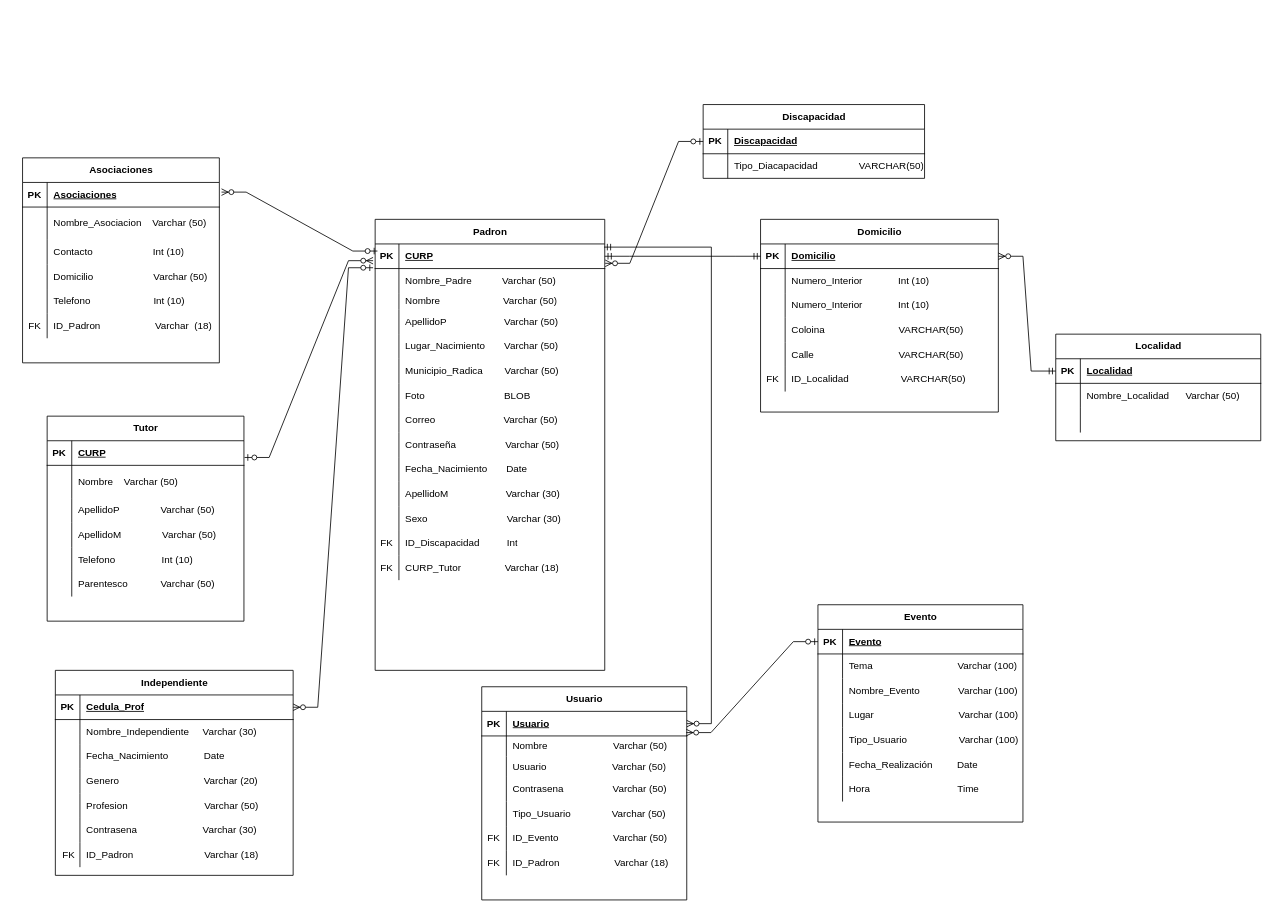
The draw.io diagram diccionario_de_datos.drawio in OSCARCH2002/diagramas, before the edit. Source tidied: cells renumbered, new cells numbered last; positions are measured from the earlier drawing's top-left corner, leaving out a move shared by most shapes. Both pictures are drawn from the tidied source at 82%, with x=0, y=0 at pixel (22, 104).
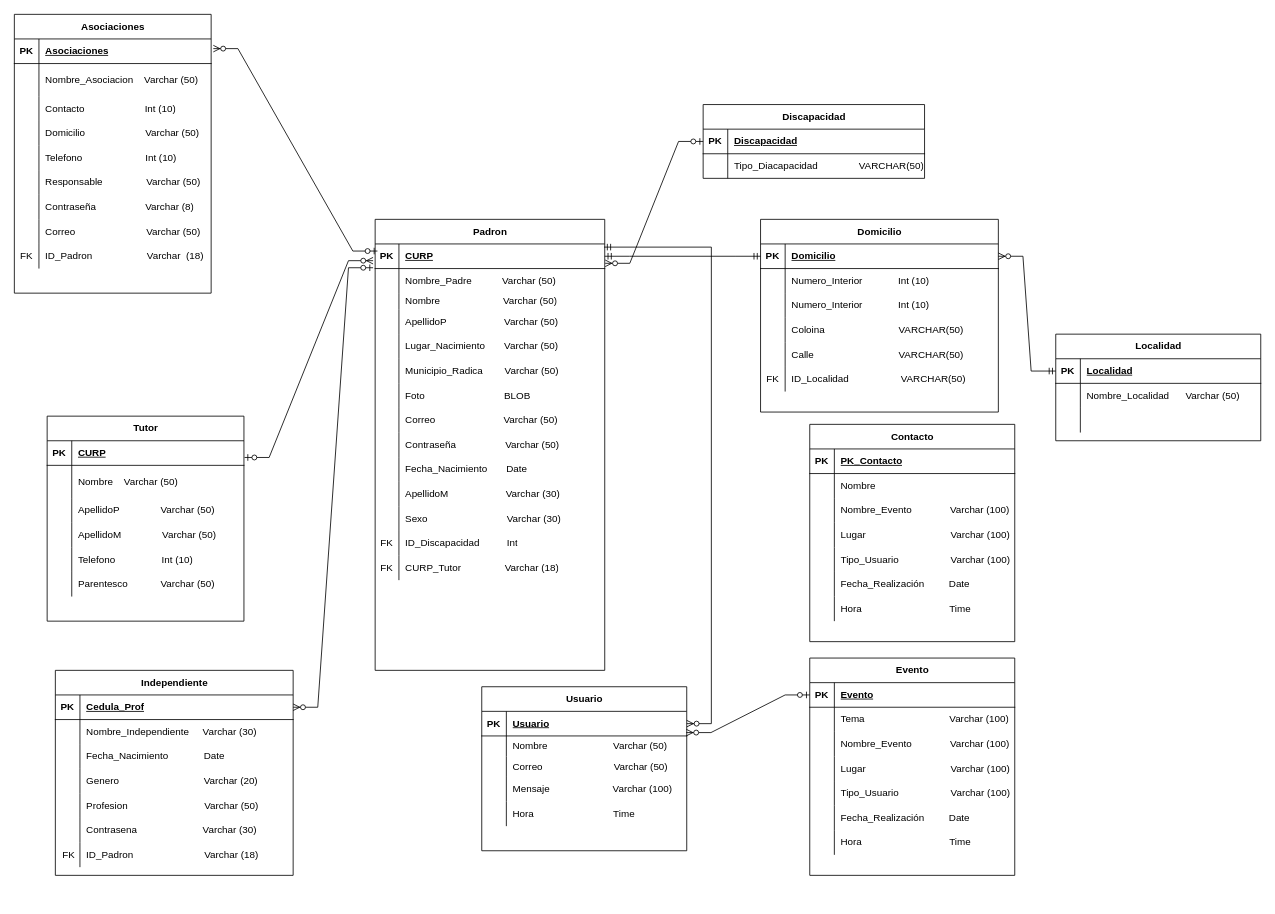
After the change.

The change refers to these unchanged cells:
```xml
<mxCell id="109" style="shape=tableRow;horizontal=0;startSize=0;swimlaneHead=0;swimlaneBody=0;fillColor=none;top=0;left=0;right=0;bottom=0;" parent="102" vertex="1">
  <mxGeometry y="85" width="250" height="25" as="geometry" />
</mxCell>
<mxCell id="112" style="shape=tableRow;horizontal=0;startSize=0;swimlaneHead=0;swimlaneBody=0;fillColor=none;top=0;left=0;right=0;bottom=0;" parent="102" vertex="1">
  <mxGeometry y="110" width="250" height="30" as="geometry" />
</mxCell>
<mxCell id="115" style="shape=tableRow;horizontal=0;startSize=0;swimlaneHead=0;swimlaneBody=0;fillColor=none;top=0;left=0;right=0;bottom=0;" parent="102" vertex="1">
  <mxGeometry y="140" width="250" height="30" as="geometry" />
</mxCell>
```

Diff of the diagram source:
```diff
@@
     <mxCell id="2" value="Asociaciones" style="shape=table;startSize=30;childLayout=tableLayout;rowLines=0;fontStyle=1;align=center;html=1;" parent="1" vertex="1">
-      <mxGeometry y="65" width="240" height="250" as="geometry" />
+      <mxGeometry x="-10" y="-110" width="240" height="340" as="geometry" />
     </mxCell>
@@
+    <mxCell id="201" style="shape=tableRow;horizontal=0;startSize=0;swimlaneHead=0;swimlaneBody=0;fillColor=none;top=0;left=0;right=0;bottom=0;" parent="2" vertex="1">
+      <mxGeometry y="190" width="240" height="30" as="geometry" />
+    </mxCell>
+    <mxCell id="202" style="shape=partialRectangle;fillColor=none;top=0;left=0;bottom=0;right=0;overflow=hidden;whiteSpace=wrap;html=1;" parent="201" vertex="1">
+      <mxGeometry width="30" height="30" as="geometry" />
+    </mxCell>
+    <mxCell id="203" value="Responsable&amp;nbsp; &amp;nbsp; &amp;nbsp; &amp;nbsp; &amp;nbsp; &amp;nbsp; &amp;nbsp; &amp;nbsp; Varchar (50)" style="shape=partialRectangle;fillColor=none;top=0;left=0;bottom=0;right=0;align=left;spacingLeft=6;overflow=hidden;whiteSpace=wrap;html=1;" parent="201" vertex="1">
+      <mxGeometry x="30" width="210" height="30" as="geometry" />
+    </mxCell>
+    <mxCell id="204" style="shape=tableRow;horizontal=0;startSize=0;swimlaneHead=0;swimlaneBody=0;fillColor=none;top=0;left=0;right=0;bottom=0;" parent="2" vertex="1">
+      <mxGeometry y="220" width="240" height="30" as="geometry" />
+    </mxCell>
+    <mxCell id="205" style="shape=partialRectangle;fillColor=none;top=0;left=0;bottom=0;right=0;overflow=hidden;whiteSpace=wrap;html=1;" parent="204" vertex="1">
+      <mxGeometry width="30" height="30" as="geometry" />
+    </mxCell>
+    <mxCell id="206" value="Contraseña&amp;nbsp; &amp;nbsp; &amp;nbsp; &amp;nbsp; &amp;nbsp; &amp;nbsp; &amp;nbsp; &amp;nbsp; &amp;nbsp; Varchar (8)" style="shape=partialRectangle;fillColor=none;top=0;left=0;bottom=0;right=0;align=left;spacingLeft=6;overflow=hidden;whiteSpace=wrap;html=1;" parent="204" vertex="1">
+      <mxGeometry x="30" width="210" height="30" as="geometry" />
+    </mxCell>
+    <mxCell id="207" style="shape=tableRow;horizontal=0;startSize=0;swimlaneHead=0;swimlaneBody=0;fillColor=none;top=0;left=0;right=0;bottom=0;" parent="2" vertex="1">
+      <mxGeometry y="250" width="240" height="30" as="geometry" />
+    </mxCell>
+    <mxCell id="208" style="shape=partialRectangle;fillColor=none;top=0;left=0;bottom=0;right=0;overflow=hidden;whiteSpace=wrap;html=1;" parent="207" vertex="1">
+      <mxGeometry width="30" height="30" as="geometry" />
+    </mxCell>
+    <mxCell id="209" value="Correo&amp;nbsp; &amp;nbsp; &amp;nbsp; &amp;nbsp; &amp;nbsp; &amp;nbsp; &amp;nbsp; &amp;nbsp; &amp;nbsp; &amp;nbsp; &amp;nbsp; &amp;nbsp; &amp;nbsp; Varchar (50)" style="shape=partialRectangle;fillColor=none;top=0;left=0;bottom=0;right=0;align=left;spacingLeft=6;overflow=hidden;whiteSpace=wrap;html=1;" parent="207" vertex="1">
+      <mxGeometry x="30" width="210" height="30" as="geometry" />
+    </mxCell>
     <mxCell id="18" style="shape=tableRow;horizontal=0;startSize=0;swimlaneHead=0;swimlaneBody=0;fillColor=none;top=0;left=0;right=0;bottom=0;" parent="2" vertex="1">
-      <mxGeometry y="190" width="240" height="30" as="geometry" />
+      <mxGeometry y="280" width="240" height="30" as="geometry" />
     </mxCell>
@@
     <mxCell id="102" value="Usuario" style="shape=table;startSize=30;childLayout=tableLayout;rowLines=0;fontStyle=1;align=center;html=1;" parent="1" vertex="1">
-      <mxGeometry x="560" y="710" width="250" height="260" as="geometry" />
+      <mxGeometry x="560" y="710" width="250" height="200" as="geometry" />
     </mxCell>
@@
-    <mxCell id="111" value="Usuario&amp;nbsp; &amp;nbsp; &amp;nbsp; &amp;nbsp; &amp;nbsp; &amp;nbsp; &amp;nbsp; &amp;nbsp; &amp;nbsp; &amp;nbsp; &amp;nbsp; &amp;nbsp; Varchar (50)" style="shape=partialRectangle;fillColor=none;top=0;left=0;bottom=0;right=0;align=left;spacingLeft=6;overflow=hidden;whiteSpace=wrap;html=1;" parent="109" vertex="1">
+    <mxCell id="111" value="Correo&amp;nbsp; &amp;nbsp; &amp;nbsp; &amp;nbsp; &amp;nbsp; &amp;nbsp; &amp;nbsp; &amp;nbsp; &amp;nbsp; &amp;nbsp; &amp;nbsp; &amp;nbsp; &amp;nbsp; Varchar (50)" style="shape=partialRectangle;fillColor=none;top=0;left=0;bottom=0;right=0;align=left;spacingLeft=6;overflow=hidden;whiteSpace=wrap;html=1;" parent="109" vertex="1">
       <mxGeometry x="30" width="220" height="25" as="geometry" />
     </mxCell>
@@
-    <mxCell id="114" value="Contrasena&amp;nbsp; &amp;nbsp; &amp;nbsp; &amp;nbsp; &amp;nbsp; &amp;nbsp; &amp;nbsp; &amp;nbsp; &amp;nbsp; Varchar (50)" style="shape=partialRectangle;fillColor=none;top=0;left=0;bottom=0;right=0;align=left;spacingLeft=6;overflow=hidden;whiteSpace=wrap;html=1;" parent="112" vertex="1">
+    <mxCell id="114" value="Mensaje&amp;nbsp; &amp;nbsp; &amp;nbsp; &amp;nbsp; &amp;nbsp; &amp;nbsp; &amp;nbsp; &amp;nbsp; &amp;nbsp; &amp;nbsp; &amp;nbsp; &amp;nbsp;Varchar (100)" style="shape=partialRectangle;fillColor=none;top=0;left=0;bottom=0;right=0;align=left;spacingLeft=6;overflow=hidden;whiteSpace=wrap;html=1;" parent="112" vertex="1">
       <mxGeometry x="30" width="220" height="30" as="geometry" />
     </mxCell>
@@
-    <mxCell id="117" value="Tipo_Usuario&amp;nbsp; &amp;nbsp; &amp;nbsp; &amp;nbsp; &amp;nbsp; &amp;nbsp; &amp;nbsp; &amp;nbsp;Varchar (50)" style="shape=partialRectangle;fillColor=none;top=0;left=0;bottom=0;right=0;align=left;spacingLeft=6;overflow=hidden;whiteSpace=wrap;html=1;" parent="115" vertex="1">
+    <mxCell id="117" value="Hora&amp;nbsp; &amp;nbsp; &amp;nbsp; &amp;nbsp; &amp;nbsp; &amp;nbsp; &amp;nbsp; &amp;nbsp; &amp;nbsp; &amp;nbsp; &amp;nbsp; &amp;nbsp; &amp;nbsp; &amp;nbsp; &amp;nbsp;Time&amp;nbsp;" style="shape=partialRectangle;fillColor=none;top=0;left=0;bottom=0;right=0;align=left;spacingLeft=6;overflow=hidden;whiteSpace=wrap;html=1;" parent="115" vertex="1">
       <mxGeometry x="30" width="220" height="30" as="geometry" />
     </mxCell>
-    <mxCell id="118" style="shape=tableRow;horizontal=0;startSize=0;swimlaneHead=0;swimlaneBody=0;fillColor=none;top=0;left=0;right=0;bottom=0;" parent="102" vertex="1">
-      <mxGeometry y="170" width="250" height="30" as="geometry" />
-    </mxCell>
-    <mxCell id="119" value="FK" style="shape=partialRectangle;fillColor=none;top=0;left=0;bottom=0;right=0;overflow=hidden;whiteSpace=wrap;html=1;" parent="118" vertex="1">
-      <mxGeometry width="30" height="30" as="geometry" />
-    </mxCell>
-    <mxCell id="120" value="ID_Evento&amp;nbsp; &amp;nbsp; &amp;nbsp; &amp;nbsp; &amp;nbsp; &amp;nbsp; &amp;nbsp; &amp;nbsp; &amp;nbsp; &amp;nbsp; Varchar (50)" style="shape=partialRectangle;fillColor=none;top=0;left=0;bottom=0;right=0;align=left;spacingLeft=6;overflow=hidden;whiteSpace=wrap;html=1;" parent="118" vertex="1">
-      <mxGeometry x="30" width="220" height="30" as="geometry" />
-    </mxCell>
-    <mxCell id="121" style="shape=tableRow;horizontal=0;startSize=0;swimlaneHead=0;swimlaneBody=0;fillColor=none;top=0;left=0;right=0;bottom=0;" parent="102" vertex="1">
-      <mxGeometry y="200" width="250" height="30" as="geometry" />
-    </mxCell>
-    <mxCell id="122" value="FK" style="shape=partialRectangle;fillColor=none;top=0;left=0;bottom=0;right=0;overflow=hidden;whiteSpace=wrap;html=1;" parent="121" vertex="1">
-      <mxGeometry width="30" height="30" as="geometry" />
-    </mxCell>
-    <mxCell id="123" value="ID_Padron&amp;nbsp; &amp;nbsp; &amp;nbsp; &amp;nbsp; &amp;nbsp; &amp;nbsp; &amp;nbsp; &amp;nbsp; &amp;nbsp; &amp;nbsp; Varchar (18)" style="shape=partialRectangle;fillColor=none;top=0;left=0;bottom=0;right=0;align=left;spacingLeft=6;overflow=hidden;whiteSpace=wrap;html=1;" parent="121" vertex="1">
-      <mxGeometry x="30" width="220" height="30" as="geometry" />
-    </mxCell>
     <mxCell id="124" value="Evento" style="shape=table;startSize=30;childLayout=tableLayout;rowLines=0;fontStyle=1;align=center;html=1;" parent="1" vertex="1">
-      <mxGeometry x="970" y="610" width="250" height="265" as="geometry" />
+      <mxGeometry x="960" y="675" width="250" height="265" as="geometry" />
     </mxCell>
@@
+    <mxCell id="210" value="Contacto" style="shape=table;startSize=30;childLayout=tableLayout;rowLines=0;fontStyle=1;align=center;html=1;" parent="1" vertex="1">
+      <mxGeometry x="960" y="390" width="250" height="265" as="geometry" />
+    </mxCell>
+    <mxCell id="211" style="shape=tableRow;horizontal=0;startSize=0;swimlaneHead=0;swimlaneBody=0;fillColor=none;top=0;left=0;right=0;bottom=1;" parent="210" vertex="1">
+      <mxGeometry y="30" width="250" height="30" as="geometry" />
+    </mxCell>
+    <mxCell id="212" value="PK" style="shape=partialRectangle;fillColor=none;top=0;left=0;bottom=0;right=0;fontStyle=1;overflow=hidden;whiteSpace=wrap;html=1;" parent="211" vertex="1">
+      <mxGeometry width="30" height="30" as="geometry" />
+    </mxCell>
+    <mxCell id="213" value="PK_Contacto" style="shape=partialRectangle;fillColor=none;top=0;left=0;bottom=0;right=0;align=left;spacingLeft=6;fontStyle=5;overflow=hidden;whiteSpace=wrap;html=1;" parent="211" vertex="1">
+      <mxGeometry x="30" width="220" height="30" as="geometry" />
+    </mxCell>
+    <mxCell id="214" style="shape=tableRow;horizontal=0;startSize=0;swimlaneHead=0;swimlaneBody=0;fillColor=none;top=0;left=0;right=0;bottom=0;" parent="210" vertex="1">
+      <mxGeometry y="60" width="250" height="30" as="geometry" />
+    </mxCell>
+    <mxCell id="215" style="shape=partialRectangle;fillColor=none;top=0;left=0;bottom=0;right=0;overflow=hidden;whiteSpace=wrap;html=1;" parent="214" vertex="1">
+      <mxGeometry width="30" height="30" as="geometry" />
+    </mxCell>
+    <mxCell id="216" value="Nombre&amp;nbsp; &amp;nbsp; &amp;nbsp; &amp;nbsp; &amp;nbsp; &amp;nbsp; &amp;nbsp; &amp;nbsp; &amp;nbsp; &amp;nbsp; &amp;nbsp; &amp;nbsp; &amp;nbsp; &amp;nbsp; &amp;nbsp;&amp;nbsp;" style="shape=partialRectangle;fillColor=none;top=0;left=0;bottom=0;right=0;align=left;spacingLeft=6;overflow=hidden;whiteSpace=wrap;html=1;" parent="214" vertex="1">
+      <mxGeometry x="30" width="220" height="30" as="geometry" />
+    </mxCell>
+    <mxCell id="217" style="shape=tableRow;horizontal=0;startSize=0;swimlaneHead=0;swimlaneBody=0;fillColor=none;top=0;left=0;right=0;bottom=0;" parent="210" vertex="1">
+      <mxGeometry y="90" width="250" height="30" as="geometry" />
+    </mxCell>
+    <mxCell id="218" style="shape=partialRectangle;fillColor=none;top=0;left=0;bottom=0;right=0;overflow=hidden;whiteSpace=wrap;html=1;" parent="217" vertex="1">
+      <mxGeometry width="30" height="30" as="geometry" />
+    </mxCell>
+    <mxCell id="219" value="Nombre_Evento&amp;nbsp; &amp;nbsp; &amp;nbsp; &amp;nbsp; &amp;nbsp; &amp;nbsp; &amp;nbsp; Varchar (100)" style="shape=partialRectangle;fillColor=none;top=0;left=0;bottom=0;right=0;align=left;spacingLeft=6;overflow=hidden;whiteSpace=wrap;html=1;" parent="217" vertex="1">
+      <mxGeometry x="30" width="220" height="30" as="geometry" />
+    </mxCell>
+    <mxCell id="220" style="shape=tableRow;horizontal=0;startSize=0;swimlaneHead=0;swimlaneBody=0;fillColor=none;top=0;left=0;right=0;bottom=0;" parent="210" vertex="1">
+      <mxGeometry y="120" width="250" height="30" as="geometry" />
+    </mxCell>
+    <mxCell id="221" style="shape=partialRectangle;fillColor=none;top=0;left=0;bottom=0;right=0;overflow=hidden;whiteSpace=wrap;html=1;" parent="220" vertex="1">
+      <mxGeometry width="30" height="30" as="geometry" />
+    </mxCell>
+    <mxCell id="222" value="Lugar&amp;nbsp; &amp;nbsp; &amp;nbsp; &amp;nbsp; &amp;nbsp; &amp;nbsp; &amp;nbsp; &amp;nbsp; &amp;nbsp; &amp;nbsp; &amp;nbsp; &amp;nbsp; &amp;nbsp; &amp;nbsp; &amp;nbsp; &amp;nbsp;Varchar (100)" style="shape=partialRectangle;fillColor=none;top=0;left=0;bottom=0;right=0;align=left;spacingLeft=6;overflow=hidden;whiteSpace=wrap;html=1;" parent="220" vertex="1">
+      <mxGeometry x="30" width="220" height="30" as="geometry" />
+    </mxCell>
+    <mxCell id="223" style="shape=tableRow;horizontal=0;startSize=0;swimlaneHead=0;swimlaneBody=0;fillColor=none;top=0;left=0;right=0;bottom=0;" parent="210" vertex="1">
+      <mxGeometry y="150" width="250" height="30" as="geometry" />
+    </mxCell>
+    <mxCell id="224" style="shape=partialRectangle;fillColor=none;top=0;left=0;bottom=0;right=0;overflow=hidden;whiteSpace=wrap;html=1;" parent="223" vertex="1">
+      <mxGeometry width="30" height="30" as="geometry" />
+    </mxCell>
+    <mxCell id="225" value="Tipo_Usuario&amp;nbsp; &amp;nbsp; &amp;nbsp; &amp;nbsp; &amp;nbsp; &amp;nbsp; &amp;nbsp; &amp;nbsp; &amp;nbsp; &amp;nbsp;Varchar (100)" style="shape=partialRectangle;fillColor=none;top=0;left=0;bottom=0;right=0;align=left;spacingLeft=6;overflow=hidden;whiteSpace=wrap;html=1;" parent="223" vertex="1">
+      <mxGeometry x="30" width="220" height="30" as="geometry" />
+    </mxCell>
+    <mxCell id="226" style="shape=tableRow;horizontal=0;startSize=0;swimlaneHead=0;swimlaneBody=0;fillColor=none;top=0;left=0;right=0;bottom=0;" parent="210" vertex="1">
+      <mxGeometry y="180" width="250" height="30" as="geometry" />
+    </mxCell>
+    <mxCell id="227" style="shape=partialRectangle;fillColor=none;top=0;left=0;bottom=0;right=0;overflow=hidden;whiteSpace=wrap;html=1;" parent="226" vertex="1">
+      <mxGeometry width="30" height="30" as="geometry" />
+    </mxCell>
+    <mxCell id="228" value="Fecha_Realización&amp;nbsp; &amp;nbsp; &amp;nbsp; &amp;nbsp; &amp;nbsp;Date" style="shape=partialRectangle;fillColor=none;top=0;left=0;bottom=0;right=0;align=left;spacingLeft=6;overflow=hidden;whiteSpace=wrap;html=1;" parent="226" vertex="1">
+      <mxGeometry x="30" width="220" height="30" as="geometry" />
+    </mxCell>
+    <mxCell id="229" style="shape=tableRow;horizontal=0;startSize=0;swimlaneHead=0;swimlaneBody=0;fillColor=none;top=0;left=0;right=0;bottom=0;" parent="210" vertex="1">
+      <mxGeometry y="210" width="250" height="30" as="geometry" />
+    </mxCell>
+    <mxCell id="230" style="shape=partialRectangle;fillColor=none;top=0;left=0;bottom=0;right=0;overflow=hidden;whiteSpace=wrap;html=1;" parent="229" vertex="1">
+      <mxGeometry width="30" height="30" as="geometry" />
+    </mxCell>
+    <mxCell id="231" value="Hora&amp;nbsp; &amp;nbsp; &amp;nbsp; &amp;nbsp; &amp;nbsp; &amp;nbsp; &amp;nbsp; &amp;nbsp; &amp;nbsp; &amp;nbsp; &amp;nbsp; &amp;nbsp; &amp;nbsp; &amp;nbsp; &amp;nbsp; &amp;nbsp; Time" style="shape=partialRectangle;fillColor=none;top=0;left=0;bottom=0;right=0;align=left;spacingLeft=6;overflow=hidden;whiteSpace=wrap;html=1;" parent="229" vertex="1">
+      <mxGeometry x="30" width="220" height="30" as="geometry" />
+    </mxCell>
```
